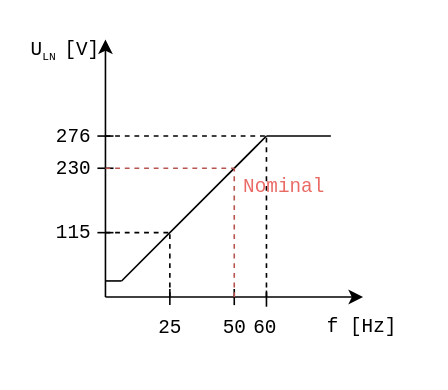
This is V_f_const.drawio from thece36/drawio, a draw.io file, before an edit. Source tidied: cells renumbered, new cells numbered last; positions are measured from the earlier drawing's top-left corner, leaving out a move shared by most shapes. Both pictures are drawn from the tidied source at 161%, with x=0, y=0 at pixel (27, 34).
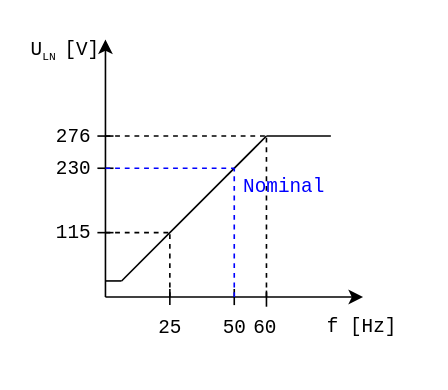
After the change.

The edit, as a diff of the source:
```diff
@@
-    <mxCell id="14" style="endArrow=none;dashed=1;html=1;fontFamily=Courier New;fontSize=16;fillColor=#f8cecc;strokeColor=#b85450;" parent="1" edge="1">
+    <mxCell id="14" style="endArrow=none;dashed=1;html=1;fontFamily=Courier New;fontSize=16;fillColor=#f8cecc;strokeColor=#0000FF;" parent="1" edge="1">
       <mxGeometry relative="1" as="geometry">
         <mxPoint x="128" y="163" as="sourcePoint" />
         <mxPoint x="128" y="83" as="targetPoint" />
       </mxGeometry>
     </mxCell>
-    <mxCell id="15" style="endArrow=none;dashed=1;html=1;fontFamily=Courier New;fontSize=16;fillColor=#f8cecc;strokeColor=#b85450;" parent="1" edge="1">
+    <mxCell id="15" style="endArrow=none;dashed=1;html=1;fontFamily=Courier New;fontSize=16;fillColor=#f8cecc;strokeColor=#0000FF;" parent="1" edge="1">
       <mxGeometry relative="1" as="geometry">
         <mxPoint x="48" y="83" as="sourcePoint" />
         <mxPoint x="128" y="83" as="targetPoint" />
       </mxGeometry>
     </mxCell>
@@
-    <mxCell id="25" style="endArrow=oval;html=1;fontFamily=Courier New;fontSize=12;endFill=1;endSize=3;fillColor=#f8cecc;strokeColor=#b85450;" parent="1" edge="1">
+    <mxCell id="25" style="endArrow=oval;html=1;fontFamily=Courier New;fontSize=12;endFill=1;endSize=3;fillColor=#f8cecc;strokeColor=#0000FF;" parent="1" edge="1">
       <mxGeometry relative="1" as="geometry">
         <mxPoint x="128" y="82.6" as="sourcePoint" />
         <mxPoint x="128" y="82.6" as="targetPoint" />
       </mxGeometry>
     </mxCell>
-    <mxCell id="26" value="&lt;font color=&quot;#EA6B66&quot;&gt;Nominal&lt;/font&gt;" style="text;html=1;align=left;verticalAlign=top;spacingTop=-4;fontSize=12;fontFamily=Courier New;" parent="1" vertex="1">
+    <mxCell id="26" value="&lt;font color=&quot;#0000FF&quot;&gt;Nominal&lt;/font&gt;" style="text;html=1;align=left;verticalAlign=top;spacingTop=-4;fontSize=12;fontFamily=Courier New;" parent="1" vertex="1">
       <mxGeometry x="132" y="85" width="60" height="20" as="geometry" />
     </mxCell>
```
